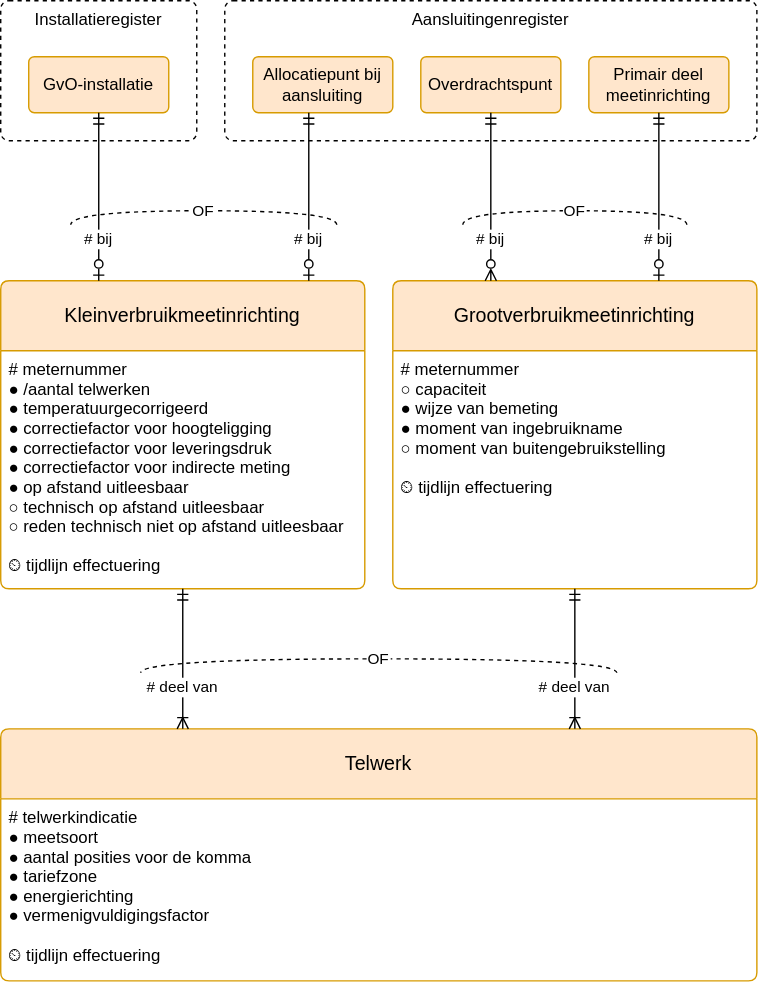
Above: registers/meetinrichtingenregister/1.4/meetinrichtingenregister.drawio.svg in netbeheernederland/stelsel (draw.io), before the change. Source tidied: cells renumbered, new cells last; positions are measured from the earlier drawing's top-left corner, leaving out a move shared by most shapes. Source of this version:
```xml
<mxGraphModel>
  <root>
    <mxCell id="0" />
    <mxCell id="1" parent="0" />
    <mxCell id="2" value="Aansluitingenregister" style="rounded=1;whiteSpace=wrap;dashed=1;verticalAlign=top;arcSize=6;" parent="1" vertex="1">
      <mxGeometry x="160" width="380" height="100" as="geometry" />
    </mxCell>
    <mxCell id="3" value="Kleinverbruikmeetinrichting" style="swimlane;horizontal=1;startSize=50;rounded=1;fontSize=14;fontStyle=0;strokeWidth=1;shadow=0;dashed=0;align=center;fillColor=#ffe6cc;strokeColor=#d79b00;arcSize=4;whiteSpace=wrap;" parent="1" vertex="1">
      <mxGeometry y="200" width="260" height="220" as="geometry" />
    </mxCell>
    <mxCell id="4" value="# meternummer&#10;● /aantal telwerken&#10;● temperatuurgecorrigeerd&#10;● correctiefactor voor hoogteligging&#10;● correctiefactor voor leveringsdruk&#10;● correctiefactor voor indirecte meting&#10;● op afstand uitleesbaar&#10;○ technisch op afstand uitleesbaar&#10;○ reden technisch niet op afstand uitleesbaar&#10;&#10;⏲ tijdlijn effectuering" style="align=left;strokeColor=none;fillColor=none;spacingLeft=4;fontSize=12;verticalAlign=top;fontStyle=0;" parent="3" vertex="1">
      <mxGeometry y="50" width="260" height="170" as="geometry" />
    </mxCell>
    <mxCell id="5" value="Telwerk" style="swimlane;horizontal=1;startSize=50;rounded=1;fontSize=14;fontStyle=0;strokeWidth=1;shadow=0;dashed=0;align=center;fillColor=#ffe6cc;strokeColor=#d79b00;arcSize=4;whiteSpace=wrap;" parent="1" vertex="1">
      <mxGeometry y="520" width="540" height="180" as="geometry" />
    </mxCell>
    <mxCell id="6" value="# telwerkindicatie&#10;● meetsoort&#10;● aantal posities voor de komma&#10;● tariefzone&#10;● energierichting&#10;● vermenigvuldigingsfactor&#10;&#10;⏲ tijdlijn effectuering" style="align=left;strokeColor=none;fillColor=none;spacingLeft=4;fontSize=12;verticalAlign=top;fontStyle=0;" parent="5" vertex="1">
      <mxGeometry y="50" width="540" height="130" as="geometry" />
    </mxCell>
    <mxCell id="7" value="# deel van" style="fontSize=11;endArrow=ERoneToMany;startArrow=ERmandOne;rounded=0;endFill=0;fontStyle=0;align=center;startFill=0;edgeStyle=elbowEdgeStyle;" parent="1" edge="1" source="3" target="5">
      <mxGeometry x="0.4" relative="1" as="geometry" />
    </mxCell>
    <mxCell id="8" value="Installatieregister" style="rounded=1;whiteSpace=wrap;dashed=1;verticalAlign=top;arcSize=6;" parent="1" vertex="1">
      <mxGeometry width="140" height="100" as="geometry" />
    </mxCell>
    <mxCell id="9" value="Allocatiepunt bij aansluiting" style="rounded=1;arcSize=10;whiteSpace=wrap;align=center;fillColor=#ffe6cc;strokeColor=#d79b00;" parent="1" vertex="1">
      <mxGeometry x="180" y="40" width="100" height="40" as="geometry" />
    </mxCell>
    <mxCell id="10" value="GvO-installatie" style="rounded=1;arcSize=10;whiteSpace=wrap;align=center;fillColor=#ffe6cc;strokeColor=#d79b00;" parent="1" vertex="1">
      <mxGeometry x="20" y="40" width="100" height="40" as="geometry" />
    </mxCell>
    <mxCell id="11" value="Overdrachtspunt" style="rounded=1;arcSize=10;whiteSpace=wrap;align=center;fillColor=#ffe6cc;strokeColor=#d79b00;" parent="1" vertex="1">
      <mxGeometry x="300" y="40" width="100" height="40" as="geometry" />
    </mxCell>
    <mxCell id="12" value="Grootverbruikmeetinrichting" style="swimlane;horizontal=1;startSize=50;rounded=1;fontSize=14;fontStyle=0;strokeWidth=1;shadow=0;dashed=0;align=center;fillColor=#ffe6cc;strokeColor=#d79b00;arcSize=4;whiteSpace=wrap;" parent="1" vertex="1">
      <mxGeometry x="280" y="200" width="260" height="220" as="geometry" />
    </mxCell>
    <mxCell id="13" value="# meternummer&#10;○ capaciteit&#10;● wijze van bemeting&#10;● moment van ingebruikname&#10;○ moment van buitengebruikstelling&#10;&#10;⏲ tijdlijn effectuering" style="align=left;strokeColor=none;fillColor=none;spacingLeft=4;fontSize=12;verticalAlign=top;fontStyle=0;" parent="12" vertex="1">
      <mxGeometry y="50" width="260" height="170" as="geometry" />
    </mxCell>
    <mxCell id="14" value="Primair deel meetinrichting" style="rounded=1;arcSize=10;whiteSpace=wrap;align=center;fillColor=#ffe6cc;strokeColor=#d79b00;" parent="1" vertex="1">
      <mxGeometry x="420" y="40" width="100" height="40" as="geometry" />
    </mxCell>
    <mxCell id="15" value="# bij" style="endArrow=ERzeroToMany;rounded=0;startArrow=ERmandOne;startFill=0;endFill=0;edgeStyle=elbowEdgeStyle;align=center;" parent="1" edge="1" source="11" target="12">
      <mxGeometry x="0.5" relative="1" as="geometry" />
    </mxCell>
    <mxCell id="16" value="# bij" style="endArrow=ERzeroToOne;rounded=0;startArrow=ERmandOne;startFill=0;endFill=0;edgeStyle=elbowEdgeStyle;align=center;" parent="1" edge="1" source="14" target="12">
      <mxGeometry x="0.5" relative="1" as="geometry" />
    </mxCell>
    <mxCell id="17" value="OF" style="endArrow=none;rounded=0;edgeStyle=orthogonalEdgeStyle;noJump=0;orthogonalLoop=0;orthogonal=0;dashed=1;jumpStyle=arc;jumpSize=12;curved=1;" parent="1" edge="1">
      <mxGeometry relative="1" as="geometry">
        <mxPoint x="490" y="160" as="sourcePoint" />
        <mxPoint x="330" y="160" as="targetPoint" />
        <Array as="points">
          <mxPoint x="490" y="150" />
          <mxPoint x="330" y="150" />
        </Array>
      </mxGeometry>
    </mxCell>
    <mxCell id="18" value="# bij" style="endArrow=ERzeroToOne;rounded=0;startArrow=ERmandOne;startFill=0;endFill=0;edgeStyle=elbowEdgeStyle;align=center;" parent="1" edge="1" source="9" target="3">
      <mxGeometry x="0.5" relative="1" as="geometry" />
    </mxCell>
    <mxCell id="19" value="# bij" style="endArrow=ERzeroToOne;rounded=0;startArrow=ERmandOne;startFill=0;endFill=0;edgeStyle=elbowEdgeStyle;align=center;" parent="1" edge="1" source="10" target="3">
      <mxGeometry x="0.5" relative="1" as="geometry" />
    </mxCell>
    <mxCell id="20" value="OF" style="endArrow=none;rounded=0;edgeStyle=orthogonalEdgeStyle;noJump=0;orthogonalLoop=0;orthogonal=0;dashed=1;jumpStyle=arc;jumpSize=12;curved=1;" parent="1" edge="1">
      <mxGeometry relative="1" as="geometry">
        <mxPoint x="440" y="480" as="sourcePoint" />
        <mxPoint x="100" y="480" as="targetPoint" />
        <Array as="points">
          <mxPoint x="440" y="470" />
          <mxPoint x="100" y="470" />
        </Array>
      </mxGeometry>
    </mxCell>
    <mxCell id="21" value="# deel van" style="fontSize=11;endArrow=ERoneToMany;startArrow=ERmandOne;rounded=0;endFill=0;fontStyle=0;align=center;startFill=0;edgeStyle=elbowEdgeStyle;" parent="1" edge="1" source="12" target="5">
      <mxGeometry x="0.4" relative="1" as="geometry" />
    </mxCell>
    <mxCell id="22" value="OF" style="endArrow=none;rounded=0;edgeStyle=orthogonalEdgeStyle;noJump=0;orthogonalLoop=0;orthogonal=0;dashed=1;jumpStyle=arc;jumpSize=12;curved=1;" parent="1" edge="1">
      <mxGeometry relative="1" as="geometry">
        <mxPoint x="240" y="160" as="sourcePoint" />
        <mxPoint x="50" y="160" as="targetPoint" />
        <Array as="points">
          <mxPoint x="240" y="150" />
          <mxPoint x="50" y="150" />
        </Array>
      </mxGeometry>
    </mxCell>
  </root>
</mxGraphModel>
```
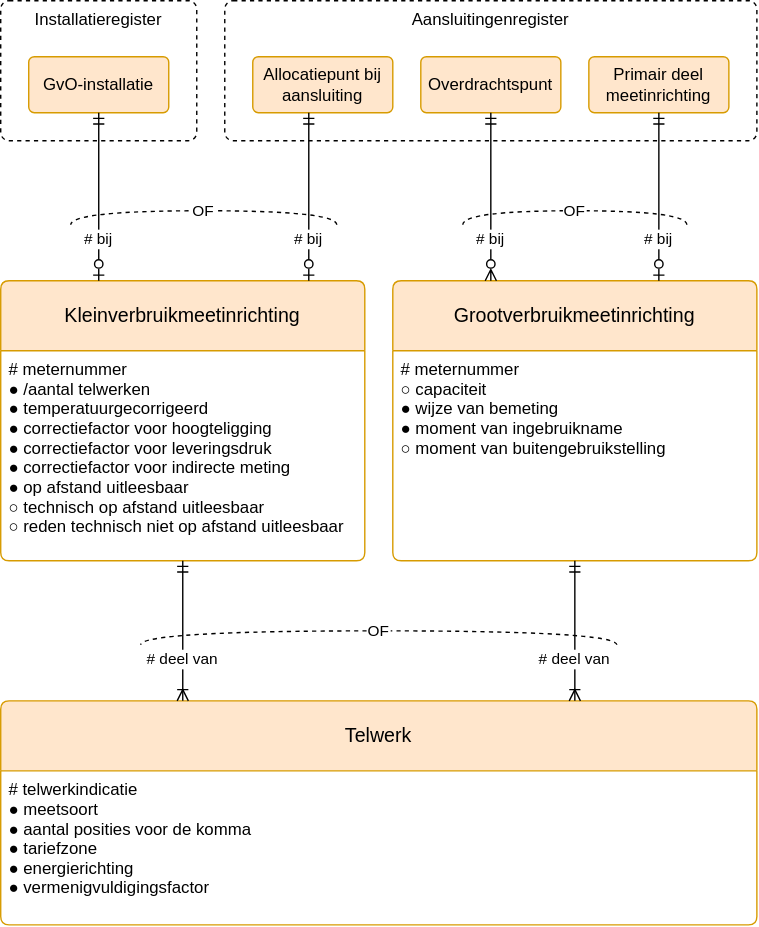
After the commit.

Change to the diagram source:
```diff
@@ -6,16 +6,16 @@
       <mxGeometry x="160" width="380" height="100" as="geometry" />
     </mxCell>
     <mxCell id="3" value="Kleinverbruikmeetinrichting" style="swimlane;horizontal=1;startSize=50;rounded=1;fontSize=14;fontStyle=0;strokeWidth=1;shadow=0;dashed=0;align=center;fillColor=#ffe6cc;strokeColor=#d79b00;arcSize=4;whiteSpace=wrap;" parent="1" vertex="1">
-      <mxGeometry y="200" width="260" height="220" as="geometry" />
+      <mxGeometry y="200" width="260" height="200" as="geometry" />
     </mxCell>
-    <mxCell id="4" value="# meternummer&#10;● /aantal telwerken&#10;● temperatuurgecorrigeerd&#10;● correctiefactor voor hoogteligging&#10;● correctiefactor voor leveringsdruk&#10;● correctiefactor voor indirecte meting&#10;● op afstand uitleesbaar&#10;○ technisch op afstand uitleesbaar&#10;○ reden technisch niet op afstand uitleesbaar&#10;&#10;⏲ tijdlijn effectuering" style="align=left;strokeColor=none;fillColor=none;spacingLeft=4;fontSize=12;verticalAlign=top;fontStyle=0;" parent="3" vertex="1">
-      <mxGeometry y="50" width="260" height="170" as="geometry" />
+    <mxCell id="4" value="# meternummer&#10;● /aantal telwerken&#10;● temperatuurgecorrigeerd&#10;● correctiefactor voor hoogteligging&#10;● correctiefactor voor leveringsdruk&#10;● correctiefactor voor indirecte meting&#10;● op afstand uitleesbaar&#10;○ technisch op afstand uitleesbaar&#10;○ reden technisch niet op afstand uitleesbaar" style="align=left;strokeColor=none;fillColor=none;spacingLeft=4;fontSize=12;verticalAlign=top;fontStyle=0;" parent="3" vertex="1">
+      <mxGeometry y="50" width="260" height="150" as="geometry" />
     </mxCell>
     <mxCell id="5" value="Telwerk" style="swimlane;horizontal=1;startSize=50;rounded=1;fontSize=14;fontStyle=0;strokeWidth=1;shadow=0;dashed=0;align=center;fillColor=#ffe6cc;strokeColor=#d79b00;arcSize=4;whiteSpace=wrap;" parent="1" vertex="1">
-      <mxGeometry y="520" width="540" height="180" as="geometry" />
+      <mxGeometry y="500" width="540" height="160" as="geometry" />
     </mxCell>
-    <mxCell id="6" value="# telwerkindicatie&#10;● meetsoort&#10;● aantal posities voor de komma&#10;● tariefzone&#10;● energierichting&#10;● vermenigvuldigingsfactor&#10;&#10;⏲ tijdlijn effectuering" style="align=left;strokeColor=none;fillColor=none;spacingLeft=4;fontSize=12;verticalAlign=top;fontStyle=0;" parent="5" vertex="1">
-      <mxGeometry y="50" width="540" height="130" as="geometry" />
+    <mxCell id="6" value="# telwerkindicatie&#10;● meetsoort&#10;● aantal posities voor de komma&#10;● tariefzone&#10;● energierichting&#10;● vermenigvuldigingsfactor" style="align=left;strokeColor=none;fillColor=none;spacingLeft=4;fontSize=12;verticalAlign=top;fontStyle=0;" parent="5" vertex="1">
+      <mxGeometry y="50" width="540" height="110" as="geometry" />
     </mxCell>
     <mxCell id="7" value="# deel van" style="fontSize=11;endArrow=ERoneToMany;startArrow=ERmandOne;rounded=0;endFill=0;fontStyle=0;align=center;startFill=0;edgeStyle=elbowEdgeStyle;" parent="1" edge="1" source="3" target="5">
       <mxGeometry x="0.4" relative="1" as="geometry" />
@@ -33,10 +33,10 @@
       <mxGeometry x="300" y="40" width="100" height="40" as="geometry" />
     </mxCell>
     <mxCell id="12" value="Grootverbruikmeetinrichting" style="swimlane;horizontal=1;startSize=50;rounded=1;fontSize=14;fontStyle=0;strokeWidth=1;shadow=0;dashed=0;align=center;fillColor=#ffe6cc;strokeColor=#d79b00;arcSize=4;whiteSpace=wrap;" parent="1" vertex="1">
-      <mxGeometry x="280" y="200" width="260" height="220" as="geometry" />
+      <mxGeometry x="280" y="200" width="260" height="200" as="geometry" />
     </mxCell>
-    <mxCell id="13" value="# meternummer&#10;○ capaciteit&#10;● wijze van bemeting&#10;● moment van ingebruikname&#10;○ moment van buitengebruikstelling&#10;&#10;⏲ tijdlijn effectuering" style="align=left;strokeColor=none;fillColor=none;spacingLeft=4;fontSize=12;verticalAlign=top;fontStyle=0;" parent="12" vertex="1">
-      <mxGeometry y="50" width="260" height="170" as="geometry" />
+    <mxCell id="13" value="# meternummer&#10;○ capaciteit&#10;● wijze van bemeting&#10;● moment van ingebruikname&#10;○ moment van buitengebruikstelling" style="align=left;strokeColor=none;fillColor=none;spacingLeft=4;fontSize=12;verticalAlign=top;fontStyle=0;" parent="12" vertex="1">
+      <mxGeometry y="50" width="260" height="150" as="geometry" />
     </mxCell>
     <mxCell id="14" value="Primair deel meetinrichting" style="rounded=1;arcSize=10;whiteSpace=wrap;align=center;fillColor=#ffe6cc;strokeColor=#d79b00;" parent="1" vertex="1">
       <mxGeometry x="420" y="40" width="100" height="40" as="geometry" />
@@ -65,11 +65,11 @@
     </mxCell>
     <mxCell id="20" value="OF" style="endArrow=none;rounded=0;edgeStyle=orthogonalEdgeStyle;noJump=0;orthogonalLoop=0;orthogonal=0;dashed=1;jumpStyle=arc;jumpSize=12;curved=1;" parent="1" edge="1">
       <mxGeometry relative="1" as="geometry">
-        <mxPoint x="440" y="480" as="sourcePoint" />
-        <mxPoint x="100" y="480" as="targetPoint" />
+        <mxPoint x="440" y="460" as="sourcePoint" />
+        <mxPoint x="100" y="460" as="targetPoint" />
         <Array as="points">
-          <mxPoint x="440" y="470" />
-          <mxPoint x="100" y="470" />
+          <mxPoint x="440" y="450" />
+          <mxPoint x="100" y="450" />
         </Array>
       </mxGeometry>
     </mxCell>
```
